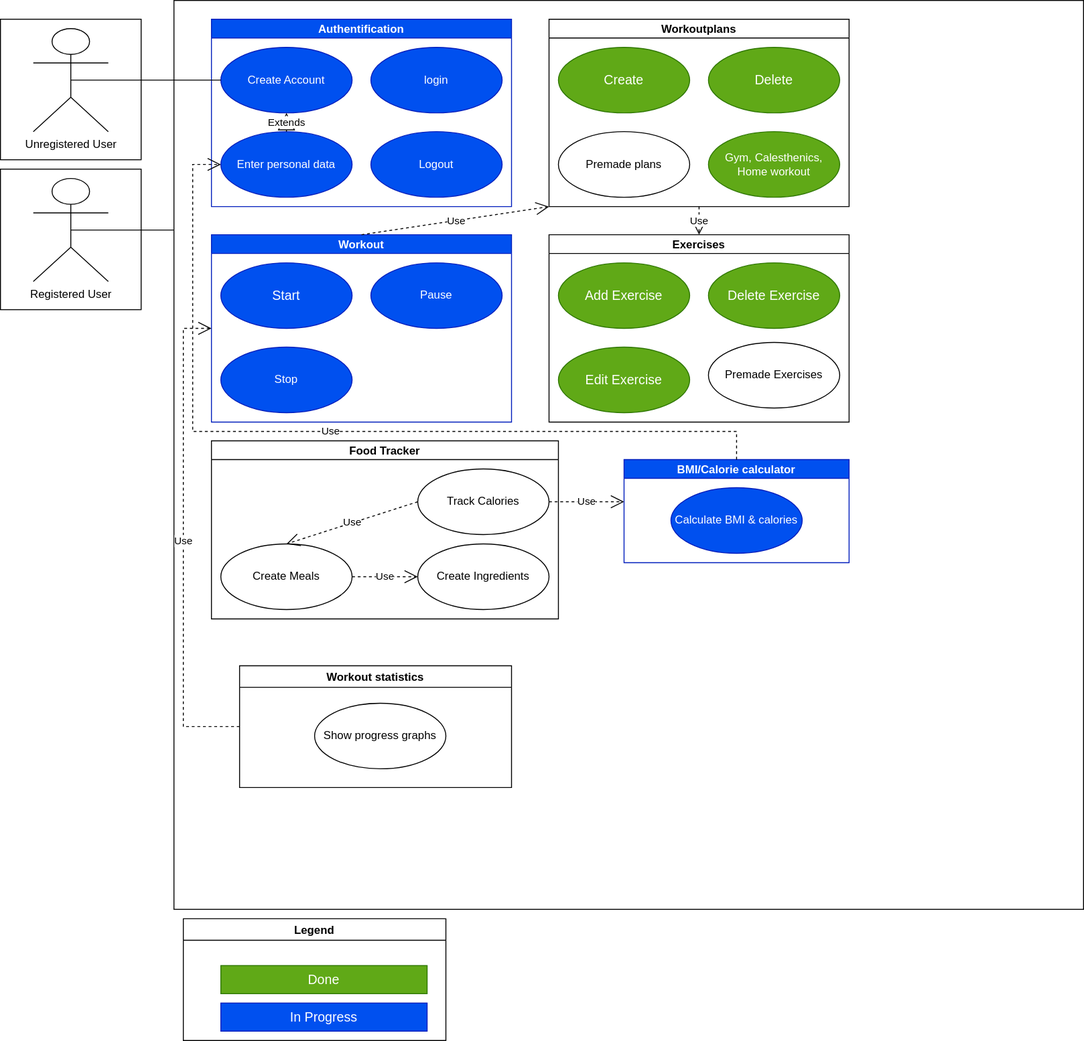
Earlier version of the draw.io export UseCases/Overall_Use_Case_Diagram.drawio.svg (willizielke/FitnessWebAppDocumentation). Source tidied: cells renumbered, new cells last; positions are measured from the earlier drawing's top-left corner, leaving out a move shared by most shapes.
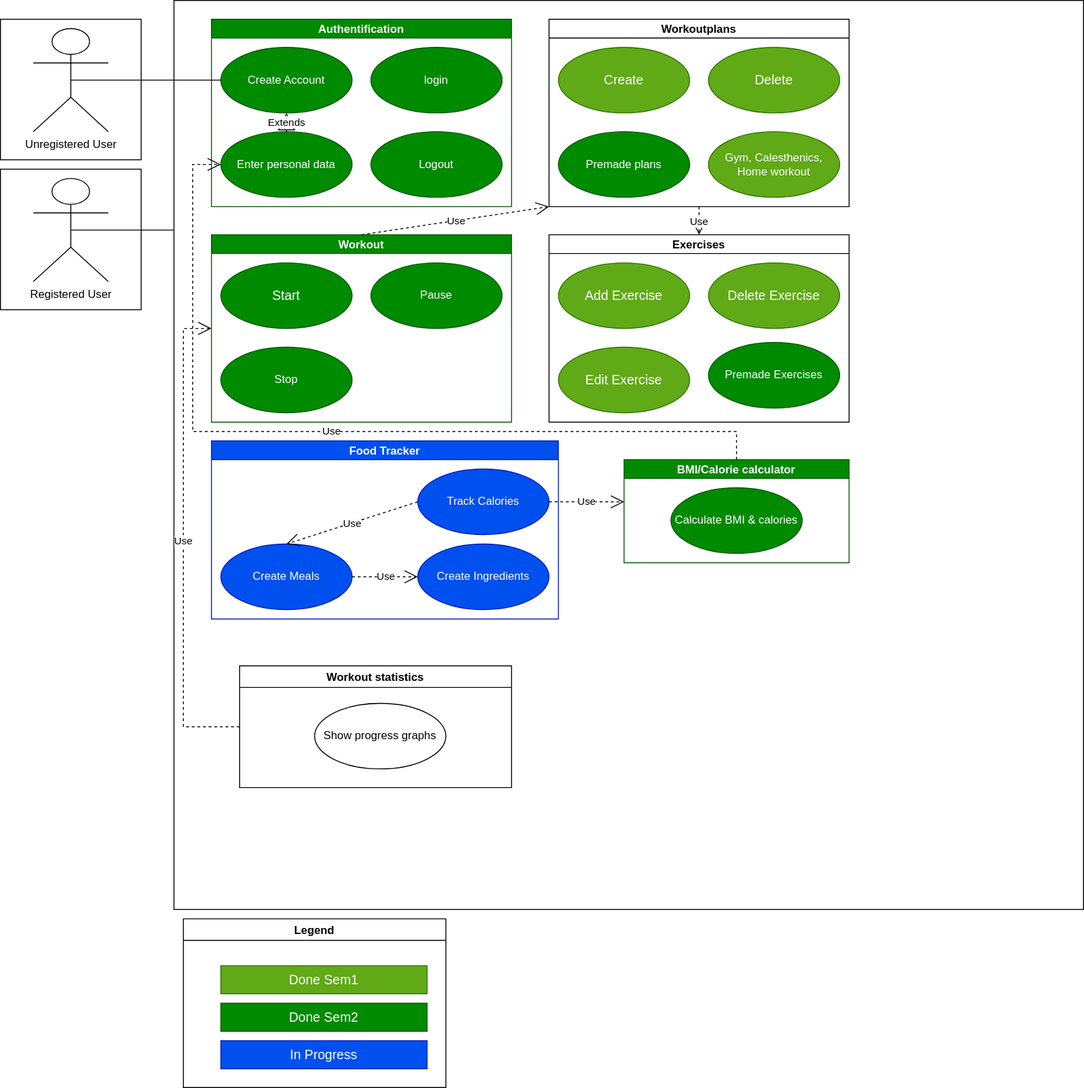
After the change.

Commit message:
added auto generated class diagram

The edit, as a diff of the source:
```diff
@@ -14,19 +14,19 @@
     <mxCell id="5" value="Unregistered User" style="shape=umlActor;verticalLabelPosition=bottom;verticalAlign=top;html=1;" parent="1" vertex="1">
       <mxGeometry x="35" y="30" width="80" height="110" as="geometry" />
     </mxCell>
-    <mxCell id="6" value="Authentification" style="swimlane;startSize=20;fillColor=#0050ef;fontColor=#ffffff;strokeColor=#001DBC;" parent="1" vertex="1">
+    <mxCell id="6" value="Authentification" style="swimlane;startSize=20;fillColor=#008a00;fontColor=#ffffff;strokeColor=#005700;" parent="1" vertex="1">
       <mxGeometry x="225" y="20" width="320" height="200" as="geometry" />
     </mxCell>
-    <mxCell id="7" value="Create Account" style="ellipse;whiteSpace=wrap;html=1;fillColor=#0050ef;fontColor=#ffffff;strokeColor=#001DBC;" parent="6" vertex="1">
+    <mxCell id="7" value="Create Account" style="ellipse;whiteSpace=wrap;html=1;fillColor=#008a00;fontColor=#ffffff;strokeColor=#005700;" parent="6" vertex="1">
       <mxGeometry x="10" y="30" width="140" height="70" as="geometry" />
     </mxCell>
-    <mxCell id="8" value="Enter personal data" style="ellipse;whiteSpace=wrap;html=1;fillColor=#0050ef;fontColor=#ffffff;strokeColor=#001DBC;" parent="6" vertex="1">
+    <mxCell id="8" value="Enter personal data" style="ellipse;whiteSpace=wrap;html=1;fillColor=#008a00;fontColor=#ffffff;strokeColor=#005700;" parent="6" vertex="1">
       <mxGeometry x="10" y="120" width="140" height="70" as="geometry" />
     </mxCell>
-    <mxCell id="9" value="login" style="ellipse;whiteSpace=wrap;html=1;fillColor=#0050ef;fontColor=#ffffff;strokeColor=#001DBC;" parent="6" vertex="1">
+    <mxCell id="9" value="login" style="ellipse;whiteSpace=wrap;html=1;fillColor=#008a00;fontColor=#ffffff;strokeColor=#005700;" parent="6" vertex="1">
       <mxGeometry x="170" y="30" width="140" height="70" as="geometry" />
     </mxCell>
-    <mxCell id="10" value="Logout" style="ellipse;whiteSpace=wrap;html=1;fillColor=#0050ef;fontColor=#ffffff;strokeColor=#001DBC;" parent="6" vertex="1">
+    <mxCell id="10" value="Logout" style="ellipse;whiteSpace=wrap;html=1;fillColor=#008a00;fontColor=#ffffff;strokeColor=#005700;" parent="6" vertex="1">
       <mxGeometry x="170" y="120" width="140" height="70" as="geometry" />
     </mxCell>
     <mxCell id="11" value="Extends" style="endArrow=block;endSize=16;endFill=0;html=1;rounded=0;exitX=0.5;exitY=0;exitDx=0;exitDy=0;entryX=0.5;entryY=1;entryDx=0;entryDy=0;" parent="6" edge="1" source="8" target="7">
@@ -35,16 +35,16 @@
     <mxCell id="12" style="endArrow=none;html=1;rounded=0;exitX=0.5;exitY=0.5;exitDx=0;exitDy=0;exitPerimeter=0;entryX=0;entryY=0.5;entryDx=0;entryDy=0;" parent="1" edge="1" source="5" target="7">
       <mxGeometry relative="1" as="geometry" />
     </mxCell>
-    <mxCell id="13" value="Workout" style="swimlane;startSize=20;fillColor=#0050ef;fontColor=#ffffff;strokeColor=#001DBC;" parent="1" vertex="1">
+    <mxCell id="13" value="Workout" style="swimlane;startSize=20;fillColor=#008a00;fontColor=#ffffff;strokeColor=#005700;" parent="1" vertex="1">
       <mxGeometry x="225" y="250" width="320" height="200" as="geometry" />
     </mxCell>
-    <mxCell id="14" value="&lt;font style=&quot;font-size: 14px&quot;&gt;Start&lt;/font&gt;" style="ellipse;whiteSpace=wrap;html=1;fillColor=#0050ef;fontColor=#ffffff;strokeColor=#001DBC;" parent="13" vertex="1">
+    <mxCell id="14" value="&lt;font style=&quot;font-size: 14px&quot;&gt;Start&lt;/font&gt;" style="ellipse;whiteSpace=wrap;html=1;fillColor=#008a00;fontColor=#ffffff;strokeColor=#005700;" parent="13" vertex="1">
       <mxGeometry x="10" y="30" width="140" height="70" as="geometry" />
     </mxCell>
-    <mxCell id="15" value="Stop" style="ellipse;whiteSpace=wrap;html=1;fillColor=#0050ef;fontColor=#ffffff;strokeColor=#001DBC;" parent="13" vertex="1">
+    <mxCell id="15" value="Stop" style="ellipse;whiteSpace=wrap;html=1;fillColor=#008a00;fontColor=#ffffff;strokeColor=#005700;" parent="13" vertex="1">
       <mxGeometry x="10" y="120" width="140" height="70" as="geometry" />
     </mxCell>
-    <mxCell id="16" value="Pause" style="ellipse;whiteSpace=wrap;html=1;fillColor=#0050ef;fontColor=#ffffff;strokeColor=#001DBC;" parent="13" vertex="1">
+    <mxCell id="16" value="Pause" style="ellipse;whiteSpace=wrap;html=1;fillColor=#008a00;fontColor=#ffffff;strokeColor=#005700;" parent="13" vertex="1">
       <mxGeometry x="170" y="30" width="140" height="70" as="geometry" />
     </mxCell>
     <mxCell id="17" value="Exercises" style="swimlane;startSize=20;" parent="1" vertex="1">
@@ -65,7 +65,7 @@
     <mxCell id="22" value="&lt;font style=&quot;font-size: 14px&quot;&gt;Create&lt;/font&gt;" style="ellipse;whiteSpace=wrap;html=1;fillColor=#60a917;strokeColor=#2D7600;fontColor=#ffffff;" parent="21" vertex="1">
       <mxGeometry x="10" y="30" width="140" height="70" as="geometry" />
     </mxCell>
-    <mxCell id="23" value="Premade plans" style="ellipse;whiteSpace=wrap;html=1;" parent="21" vertex="1">
+    <mxCell id="23" value="Premade plans" style="ellipse;whiteSpace=wrap;html=1;fillColor=#008a00;fontColor=#ffffff;strokeColor=#005700;" parent="21" vertex="1">
       <mxGeometry x="10" y="120" width="140" height="70" as="geometry" />
     </mxCell>
     <mxCell id="24" value="&lt;font style=&quot;font-size: 14px&quot;&gt;Delete&lt;/font&gt;" style="ellipse;whiteSpace=wrap;html=1;fillColor=#60a917;strokeColor=#2D7600;fontColor=#ffffff;" parent="21" vertex="1">
@@ -74,13 +74,13 @@
     <mxCell id="25" value="Gym, Calesthenics, Home workout" style="ellipse;whiteSpace=wrap;html=1;fillColor=#60a917;fontColor=#ffffff;strokeColor=#2D7600;" parent="21" vertex="1">
       <mxGeometry x="170" y="120" width="140" height="70" as="geometry" />
     </mxCell>
-    <mxCell id="26" value="Premade Exercises" style="ellipse;whiteSpace=wrap;html=1;" parent="1" vertex="1">
+    <mxCell id="26" value="Premade Exercises" style="ellipse;whiteSpace=wrap;html=1;fillColor=#008a00;fontColor=#ffffff;strokeColor=#005700;" parent="1" vertex="1">
       <mxGeometry x="755" y="365" width="140" height="70" as="geometry" />
     </mxCell>
-    <mxCell id="27" value="BMI/Calorie calculator" style="swimlane;startSize=20;fillColor=#0050ef;fontColor=#ffffff;strokeColor=#001DBC;" parent="1" vertex="1">
+    <mxCell id="27" value="BMI/Calorie calculator" style="swimlane;startSize=20;fillColor=#008a00;fontColor=#ffffff;strokeColor=#005700;" parent="1" vertex="1">
       <mxGeometry x="665" y="490" width="240" height="110" as="geometry" />
     </mxCell>
-    <mxCell id="28" value="Calculate BMI &amp;amp; calories" style="ellipse;whiteSpace=wrap;html=1;fillColor=#0050ef;fontColor=#ffffff;strokeColor=#001DBC;" parent="27" vertex="1">
+    <mxCell id="28" value="Calculate BMI &amp;amp; calories" style="ellipse;whiteSpace=wrap;html=1;fillColor=#008a00;fontColor=#ffffff;strokeColor=#005700;" parent="27" vertex="1">
       <mxGeometry x="50" y="30" width="140" height="70" as="geometry" />
     </mxCell>
     <mxCell id="29" value="Use" style="endArrow=open;endSize=12;dashed=1;html=1;rounded=0;entryX=0.5;entryY=0;entryDx=0;entryDy=0;exitX=0.5;exitY=1;exitDx=0;exitDy=0;" parent="1" edge="1" source="21" target="17">
@@ -106,16 +106,16 @@
         </Array>
       </mxGeometry>
     </mxCell>
-    <mxCell id="34" value="Food Tracker" style="swimlane;startSize=20;" parent="1" vertex="1">
+    <mxCell id="34" value="Food Tracker" style="swimlane;startSize=20;fillColor=#0050ef;fontColor=#ffffff;strokeColor=#001DBC;" parent="1" vertex="1">
       <mxGeometry x="225" y="470" width="370" height="190" as="geometry" />
     </mxCell>
-    <mxCell id="35" value="Track Calories" style="ellipse;whiteSpace=wrap;html=1;" parent="34" vertex="1">
+    <mxCell id="35" value="Track Calories" style="ellipse;whiteSpace=wrap;html=1;fillColor=#0050ef;fontColor=#ffffff;strokeColor=#001DBC;" parent="34" vertex="1">
       <mxGeometry x="220" y="30" width="140" height="70" as="geometry" />
     </mxCell>
-    <mxCell id="36" value="Create Ingredients" style="ellipse;whiteSpace=wrap;html=1;" parent="34" vertex="1">
+    <mxCell id="36" value="Create Ingredients" style="ellipse;whiteSpace=wrap;html=1;fillColor=#0050ef;fontColor=#ffffff;strokeColor=#001DBC;" parent="34" vertex="1">
       <mxGeometry x="220" y="110" width="140" height="70" as="geometry" />
     </mxCell>
-    <mxCell id="37" value="Create Meals" style="ellipse;whiteSpace=wrap;html=1;" parent="1" vertex="1">
+    <mxCell id="37" value="Create Meals" style="ellipse;whiteSpace=wrap;html=1;fillColor=#0050ef;fontColor=#ffffff;strokeColor=#001DBC;" parent="1" vertex="1">
       <mxGeometry x="235" y="580" width="140" height="70" as="geometry" />
     </mxCell>
     <mxCell id="38" value="Use" style="endArrow=open;endSize=12;dashed=1;html=1;rounded=0;entryX=0;entryY=0.5;entryDx=0;entryDy=0;exitX=1;exitY=0.5;exitDx=0;exitDy=0;" parent="1" edge="1" source="37" target="36">
@@ -130,11 +130,14 @@
       <mxGeometry relative="1" as="geometry" />
     </mxCell>
     <mxCell id="41" value="Legend" style="swimlane;" parent="1" vertex="1">
-      <mxGeometry x="195" y="980" width="280" height="130" as="geometry" />
+      <mxGeometry x="195" y="980" width="280" height="180" as="geometry" />
     </mxCell>
-    <mxCell id="42" value="&lt;span style=&quot;font-size: 14px;&quot;&gt;In Progress&lt;/span&gt;" style="text;html=1;strokeColor=#001DBC;fillColor=#0050ef;align=center;verticalAlign=middle;whiteSpace=wrap;rounded=0;fontColor=#ffffff;" parent="41" vertex="1">
+    <mxCell id="42" value="&lt;span style=&quot;font-size: 14px;&quot;&gt;Done Sem2&lt;/span&gt;" style="text;html=1;strokeColor=#005700;fillColor=#008a00;align=center;verticalAlign=middle;whiteSpace=wrap;rounded=0;fontColor=#ffffff;" parent="41" vertex="1">
       <mxGeometry x="40" y="90" width="220" height="30" as="geometry" />
     </mxCell>
+    <mxCell id="47" value="&lt;span style=&quot;font-size: 14px;&quot;&gt;In Progress&lt;/span&gt;" style="text;html=1;strokeColor=#001DBC;fillColor=#0050ef;align=center;verticalAlign=middle;whiteSpace=wrap;rounded=0;fontColor=#ffffff;" parent="41" vertex="1">
+      <mxGeometry x="40" y="130" width="220" height="30" as="geometry" />
+    </mxCell>
     <mxCell id="43" value="Workout statistics" style="swimlane;" parent="1" vertex="1">
       <mxGeometry x="255" y="710" width="290" height="130" as="geometry" />
     </mxCell>
@@ -149,7 +152,7 @@
         </Array>
       </mxGeometry>
     </mxCell>
-    <mxCell id="46" value="&lt;font style=&quot;font-size: 14px&quot;&gt;Done&lt;/font&gt;" style="text;html=1;strokeColor=#2D7600;fillColor=#60a917;align=center;verticalAlign=middle;whiteSpace=wrap;rounded=0;fontColor=#ffffff;" parent="1" vertex="1">
+    <mxCell id="46" value="&lt;font style=&quot;font-size: 14px&quot;&gt;Done Sem1&lt;/font&gt;" style="text;html=1;strokeColor=#2D7600;fillColor=#60a917;align=center;verticalAlign=middle;whiteSpace=wrap;rounded=0;fontColor=#ffffff;" parent="1" vertex="1">
       <mxGeometry x="235" y="1030" width="220" height="30" as="geometry" />
     </mxCell>
   </root>
```
